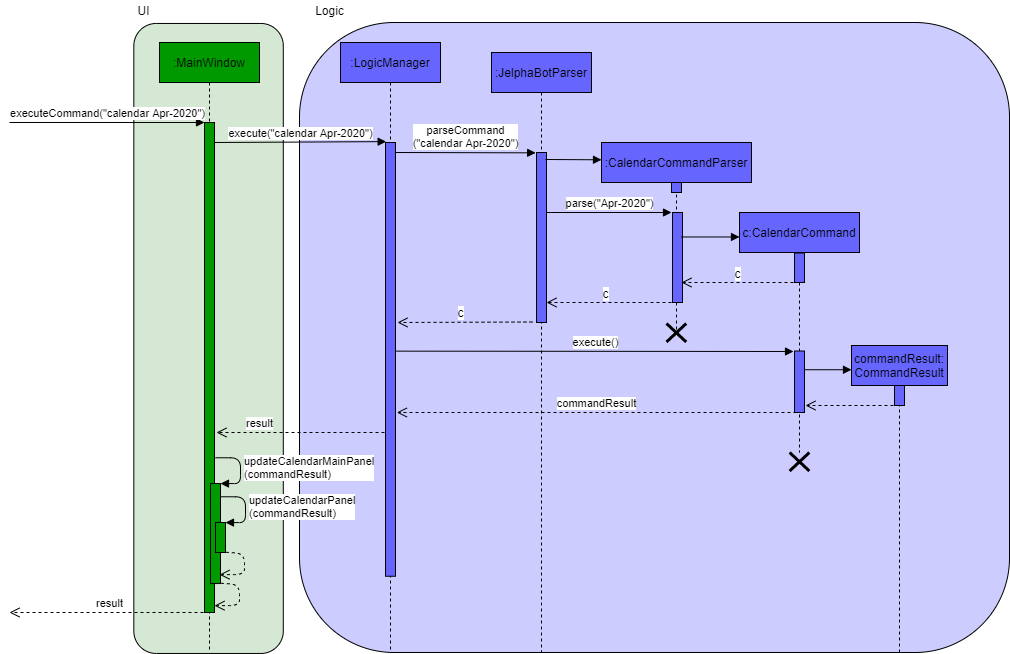
Before: images/CalendarViewSequenceDiagram.png, a diagram exported from draw.io (AY1920S2-CS2103-F09-2/main). Source tidied: cells renumbered, new cells last; positions are measured from the earlier drawing's top-left corner, leaving out a move shared by most shapes.
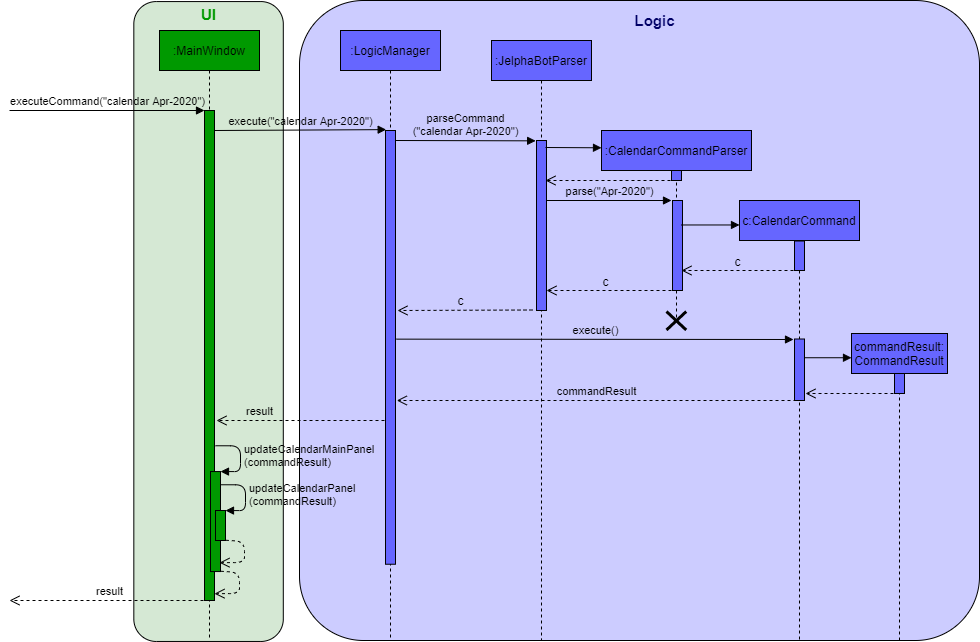
Above is the later version.

Diff of the diagram source:
```diff
@@ -2,38 +2,35 @@
   <root>
     <mxCell id="0" />
     <mxCell id="1" parent="0" />
-    <mxCell id="2" style="rounded=1;whiteSpace=wrap;html=1;shadow=0;fillColor=#CCCCFF;" parent="1" vertex="1">
-      <mxGeometry x="406" y="22" width="710" height="630" as="geometry" />
+    <mxCell id="2" style="rounded=1;whiteSpace=wrap;html=1;shadow=0;fillColor=#CCCCFF;arcSize=10;" parent="1" vertex="1">
+      <mxGeometry x="406" y="12" width="680" height="640" as="geometry" />
     </mxCell>
     <mxCell id="3" style="rounded=1;whiteSpace=wrap;html=1;shadow=0;rotation=-90;fillColor=#D5E8D4;" parent="1" vertex="1">
-      <mxGeometry x="0.1" y="263.2" width="630" height="149.5" as="geometry" />
+      <mxGeometry x="-4.9" y="258.3" width="639.9" height="149.5" as="geometry" />
     </mxCell>
     <mxCell id="4" value=":MainWindow" style="shape=umlLifeline;perimeter=lifelinePerimeter;whiteSpace=wrap;html=1;shadow=0;fillColor=#009900;" parent="1" vertex="1">
       <mxGeometry x="266" y="42" width="100" height="610" as="geometry" />
     </mxCell>
-    <mxCell id="5" value="executeCommand(&quot;calendar Apr-2020&quot;)" style="html=1;verticalAlign=bottom;endArrow=block;fillColor=#4D9900;" parent="1" edge="1">
+    <mxCell id="5" value="executeCommand(&quot;calendar Apr-2020&quot;)" style="html=1;verticalAlign=bottom;endArrow=block;fillColor=#4D9900;labelBackgroundColor=none;" parent="1" edge="1">
       <mxGeometry relative="1" as="geometry">
         <mxPoint x="116" y="122" as="sourcePoint" />
         <mxPoint x="311" y="122" as="targetPoint" />
       </mxGeometry>
     </mxCell>
-    <mxCell id="6" value="UI" style="text;html=1;align=center;verticalAlign=middle;" parent="1" vertex="1">
-      <mxGeometry x="235" width="30" height="20" as="geometry" />
+    <mxCell id="6" value="&lt;font style=&quot;font-size: 15px&quot; color=&quot;#009900&quot;&gt;&lt;b&gt;UI&lt;/b&gt;&lt;/font&gt;" style="text;html=1;align=center;verticalAlign=middle;" parent="1" vertex="1">
+      <mxGeometry x="300.1" y="16" width="30" height="20" as="geometry" />
     </mxCell>
-    <mxCell id="7" value="execute(&quot;calendar Apr-2020&quot;)" style="html=1;verticalAlign=bottom;endArrow=block;fillColor=#4D9900;entryX=0.067;entryY=-0.002;entryDx=0;entryDy=0;entryPerimeter=0;" parent="1" edge="1" target="12">
+    <mxCell id="7" value="execute(&quot;calendar Apr-2020&quot;)" style="html=1;verticalAlign=bottom;endArrow=block;fillColor=#4D9900;entryX=0.067;entryY=-0.002;entryDx=0;entryDy=0;entryPerimeter=0;labelBackgroundColor=none;" parent="1" edge="1" target="12">
       <mxGeometry relative="1" as="geometry">
         <mxPoint x="321" y="142" as="sourcePoint" />
       </mxGeometry>
     </mxCell>
-    <mxCell id="8" value="commandResult" style="html=1;verticalAlign=bottom;endArrow=open;dashed=1;endSize=8;fillColor=#4D9900;" parent="1" edge="1">
+    <mxCell id="8" value="commandResult" style="html=1;verticalAlign=bottom;endArrow=open;dashed=1;endSize=8;fillColor=#4D9900;labelBackgroundColor=none;" parent="1" edge="1">
       <mxGeometry relative="1" as="geometry">
         <mxPoint x="903" y="412" as="sourcePoint" />
         <mxPoint x="503.3" y="412" as="targetPoint" />
       </mxGeometry>
     </mxCell>
-    <mxCell id="9" value="Logic" style="text;html=1;align=center;verticalAlign=middle;" parent="1" vertex="1">
-      <mxGeometry x="416" width="40" height="20" as="geometry" />
-    </mxCell>
     <mxCell id="10" style="group;" parent="1" vertex="1">
       <mxGeometry x="442" y="42" width="100" height="610" as="geometry" />
     </mxCell>
@@ -69,17 +66,17 @@
     <mxCell id="20" value="&lt;span style=&quot;color: rgba(0 , 0 , 0 , 0) ; font-family: monospace ; font-size: 0px&quot;&gt;%3CmxGraphModel%3E%3Croot%3E%3CmxCell%20id%3D%220%22%2F%3E%3CmxCell%20id%3D%221%22%20parent%3D%220%22%2F%3E%3CmxCell%20id%3D%222%22%20value%3D%22%22%20style%3D%22shape%3DumlDestroy%3BwhiteSpace%3Dwrap%3Bhtml%3D1%3BstrokeWidth%3D3%3BfillColor%3D%23ffffff%3B%22%20vertex%3D%221%22%20parent%3D%221%22%3E%3CmxGeometry%20x%3D%22562%22%20y%3D%22420%22%20width%3D%2230%22%20height%3D%2230%22%20as%3D%22geometry%22%2F%3E%3C%2FmxCell%3E%3C%2Froot%3E%3C%2FmxGraphModel%3E&lt;/span&gt;" style="html=1;perimeter=orthogonalPerimeter;shadow=0;fillColor=#6666FF;" parent="19" vertex="1">
       <mxGeometry width="10" height="90" as="geometry" />
     </mxCell>
-    <mxCell id="21" value="parse(&quot;Apr-2020&quot;)" style="html=1;verticalAlign=bottom;endArrow=block;fillColor=#4D9900;" parent="1" edge="1">
+    <mxCell id="21" value="parse(&quot;Apr-2020&quot;)" style="html=1;verticalAlign=bottom;endArrow=block;fillColor=#4D9900;labelBackgroundColor=none;" parent="1" edge="1">
       <mxGeometry relative="1" as="geometry">
         <mxPoint x="653" y="212" as="sourcePoint" />
         <mxPoint x="778" y="212" as="targetPoint" />
       </mxGeometry>
     </mxCell>
     <mxCell id="22" style="group;" parent="1" vertex="1">
-      <mxGeometry x="846" y="212" width="120" height="310" as="geometry" />
+      <mxGeometry x="846" y="212" width="120" height="440" as="geometry" />
     </mxCell>
     <mxCell id="23" value="c:CalendarCommand" style="shape=umlLifeline;perimeter=lifelinePerimeter;whiteSpace=wrap;html=1;shadow=0;fillColor=#6666FF;" parent="22" vertex="1">
-      <mxGeometry width="120" height="240" as="geometry" />
+      <mxGeometry width="120" height="440" as="geometry" />
     </mxCell>
     <mxCell id="24" style="html=1;perimeter=orthogonalPerimeter;shadow=0;fillColor=#6666FF;" parent="23" vertex="1">
       <mxGeometry x="55" y="40.5" width="10" height="29.5" as="geometry" />
@@ -96,13 +93,13 @@
         <mxPoint y="24.5" as="targetPoint" />
       </mxGeometry>
     </mxCell>
-    <mxCell id="28" style="html=1;verticalAlign=bottom;endArrow=open;dashed=1;endSize=8;fillColor=#4D9900;" parent="1" edge="1">
+    <mxCell id="28" style="html=1;verticalAlign=bottom;endArrow=open;dashed=1;endSize=8;fillColor=#4D9900;labelBackgroundColor=none;" parent="1" edge="1">
       <mxGeometry relative="1" as="geometry">
         <mxPoint x="906" y="282" as="sourcePoint" />
         <mxPoint x="788" y="282" as="targetPoint" />
       </mxGeometry>
     </mxCell>
-    <mxCell id="29" value="c" style="text;html=1;align=center;verticalAlign=middle;labelBackgroundColor=#ffffff;" parent="28" vertex="1">
+    <mxCell id="29" value="c" style="text;html=1;align=center;verticalAlign=middle;labelBackgroundColor=none;" parent="28" vertex="1">
       <mxGeometry x="0.07" y="-1" relative="1" as="geometry">
         <mxPoint y="-9" as="offset" />
       </mxGeometry>
@@ -113,12 +110,12 @@
         <mxPoint x="653" y="302" as="targetPoint" />
       </mxGeometry>
     </mxCell>
-    <mxCell id="31" value="c" style="text;html=1;align=center;verticalAlign=middle;labelBackgroundColor=#ffffff;" parent="30" vertex="1">
+    <mxCell id="31" value="c" style="text;html=1;align=center;verticalAlign=middle;labelBackgroundColor=none;" parent="30" vertex="1">
       <mxGeometry x="0.07" y="-1" relative="1" as="geometry">
         <mxPoint y="-9" as="offset" />
       </mxGeometry>
     </mxCell>
-    <mxCell id="32" value="parseCommand&lt;br&gt;(&quot;calendar Apr-2020&quot;)" style="html=1;verticalAlign=bottom;endArrow=block;fillColor=#4D9900;entryX=-0.086;entryY=0.002;entryDx=0;entryDy=0;entryPerimeter=0;" parent="1" edge="1" target="14">
+    <mxCell id="32" value="parseCommand&lt;br&gt;(&quot;calendar Apr-2020&quot;)" style="html=1;verticalAlign=bottom;endArrow=block;fillColor=#4D9900;entryX=-0.086;entryY=0.002;entryDx=0;entryDy=0;entryPerimeter=0;labelBackgroundColor=none;" parent="1" edge="1" target="14">
       <mxGeometry relative="1" as="geometry">
         <mxPoint x="502" y="152" as="sourcePoint" />
       </mxGeometry>
@@ -132,12 +129,12 @@
         <mxPoint x="504" y="322" as="targetPoint" />
       </mxGeometry>
     </mxCell>
-    <mxCell id="35" value="c" style="text;html=1;align=center;verticalAlign=middle;labelBackgroundColor=#ffffff;" parent="34" vertex="1">
+    <mxCell id="35" value="c" style="text;html=1;align=center;verticalAlign=middle;labelBackgroundColor=none;" parent="34" vertex="1">
       <mxGeometry x="0.07" y="-1" relative="1" as="geometry">
         <mxPoint y="-9" as="offset" />
       </mxGeometry>
     </mxCell>
-    <mxCell id="36" value="execute()" style="html=1;verticalAlign=bottom;endArrow=block;fillColor=#4D9900;" parent="1" edge="1">
+    <mxCell id="36" value="execute()" style="html=1;verticalAlign=bottom;endArrow=block;fillColor=#4D9900;labelBackgroundColor=none;" parent="1" edge="1">
       <mxGeometry relative="1" as="geometry">
         <mxPoint x="503" y="350.6" as="sourcePoint" />
         <mxPoint x="900" y="351" as="targetPoint" />
@@ -164,16 +161,13 @@
         <mxPoint x="912" y="405" as="targetPoint" />
       </mxGeometry>
     </mxCell>
-    <mxCell id="42" style="shape=umlDestroy;whiteSpace=wrap;html=1;strokeWidth=3;fillColor=#ffffff;" parent="1" vertex="1">
-      <mxGeometry x="896.1" y="452" width="19.7" height="18.5" as="geometry" />
-    </mxCell>
     <mxCell id="43" style="group;" parent="1" vertex="1">
       <mxGeometry x="116" y="122" width="231" height="490" as="geometry" />
     </mxCell>
     <mxCell id="44" style="html=1;perimeter=orthogonalPerimeter;shadow=0;fillColor=#009900;" parent="43" vertex="1">
       <mxGeometry x="195" width="10" height="490" as="geometry" />
     </mxCell>
-    <mxCell id="45" value="updateCalendarMainPanel&lt;br&gt;(commandResult)" style="edgeStyle=orthogonalEdgeStyle;html=1;align=left;spacingLeft=2;endArrow=block;rounded=1;entryX=1;entryY=0;fillColor=#4D9900;" parent="43" edge="1" target="48">
+    <mxCell id="45" value="updateCalendarMainPanel&lt;br&gt;(commandResult)" style="edgeStyle=orthogonalEdgeStyle;html=1;align=left;spacingLeft=2;endArrow=block;rounded=1;entryX=1;entryY=0;fillColor=#4D9900;labelBackgroundColor=none;" parent="43" edge="1" target="48">
       <mxGeometry relative="1" as="geometry">
         <mxPoint x="206" y="335.3" as="sourcePoint" />
         <Array as="points">
@@ -205,7 +199,7 @@
         <mxPoint x="40" as="offset" />
       </mxGeometry>
     </mxCell>
-    <mxCell id="50" value="result" style="html=1;verticalAlign=bottom;endArrow=open;dashed=1;endSize=8;fillColor=#4D9900;" parent="1" edge="1">
+    <mxCell id="50" value="result" style="html=1;verticalAlign=bottom;endArrow=open;dashed=1;endSize=8;fillColor=#4D9900;labelBackgroundColor=none;" parent="1" edge="1">
       <mxGeometry x="0.49" relative="1" as="geometry">
         <mxPoint x="491" y="432" as="sourcePoint" />
         <mxPoint x="323" y="432" as="targetPoint" />
@@ -214,7 +208,7 @@
     <mxCell id="51" style="html=1;perimeter=orthogonalPerimeter;shadow=0;fillColor=#009900;" parent="1" vertex="1">
       <mxGeometry x="322" y="522" width="10" height="30" as="geometry" />
     </mxCell>
-    <mxCell id="52" value="updateCalendarPanel&lt;br&gt;(commandResult)" style="edgeStyle=orthogonalEdgeStyle;html=1;align=left;spacingLeft=2;endArrow=block;rounded=1;entryX=1;entryY=0;fillColor=#4D9900;" parent="1" edge="1">
+    <mxCell id="52" value="updateCalendarPanel&lt;br&gt;(commandResult)" style="edgeStyle=orthogonalEdgeStyle;html=1;align=left;spacingLeft=2;endArrow=block;rounded=1;entryX=1;entryY=0;fillColor=#4D9900;labelBackgroundColor=none;" parent="1" edge="1">
       <mxGeometry relative="1" as="geometry">
         <mxPoint x="327" y="496.3" as="sourcePoint" />
         <mxPoint x="332" y="522.1" as="targetPoint" />
@@ -235,5 +229,14 @@
         <mxPoint x="40" as="offset" />
       </mxGeometry>
     </mxCell>
+    <mxCell id="54" style="html=1;verticalAlign=bottom;endArrow=open;dashed=1;endSize=8;fillColor=#4D9900;" parent="1" edge="1">
+      <mxGeometry relative="1" as="geometry">
+        <mxPoint x="777" y="192" as="sourcePoint" />
+        <mxPoint x="652" y="192" as="targetPoint" />
+      </mxGeometry>
+    </mxCell>
+    <mxCell id="9" value="&lt;font style=&quot;font-size: 15px&quot; color=&quot;#000066&quot;&gt;&lt;b&gt;Logic&lt;/b&gt;&lt;/font&gt;" style="text;html=1;align=center;verticalAlign=middle;" parent="1" vertex="1">
+      <mxGeometry x="731" y="22" width="60" height="20" as="geometry" />
+    </mxCell>
   </root>
 </mxGraphModel>
```
